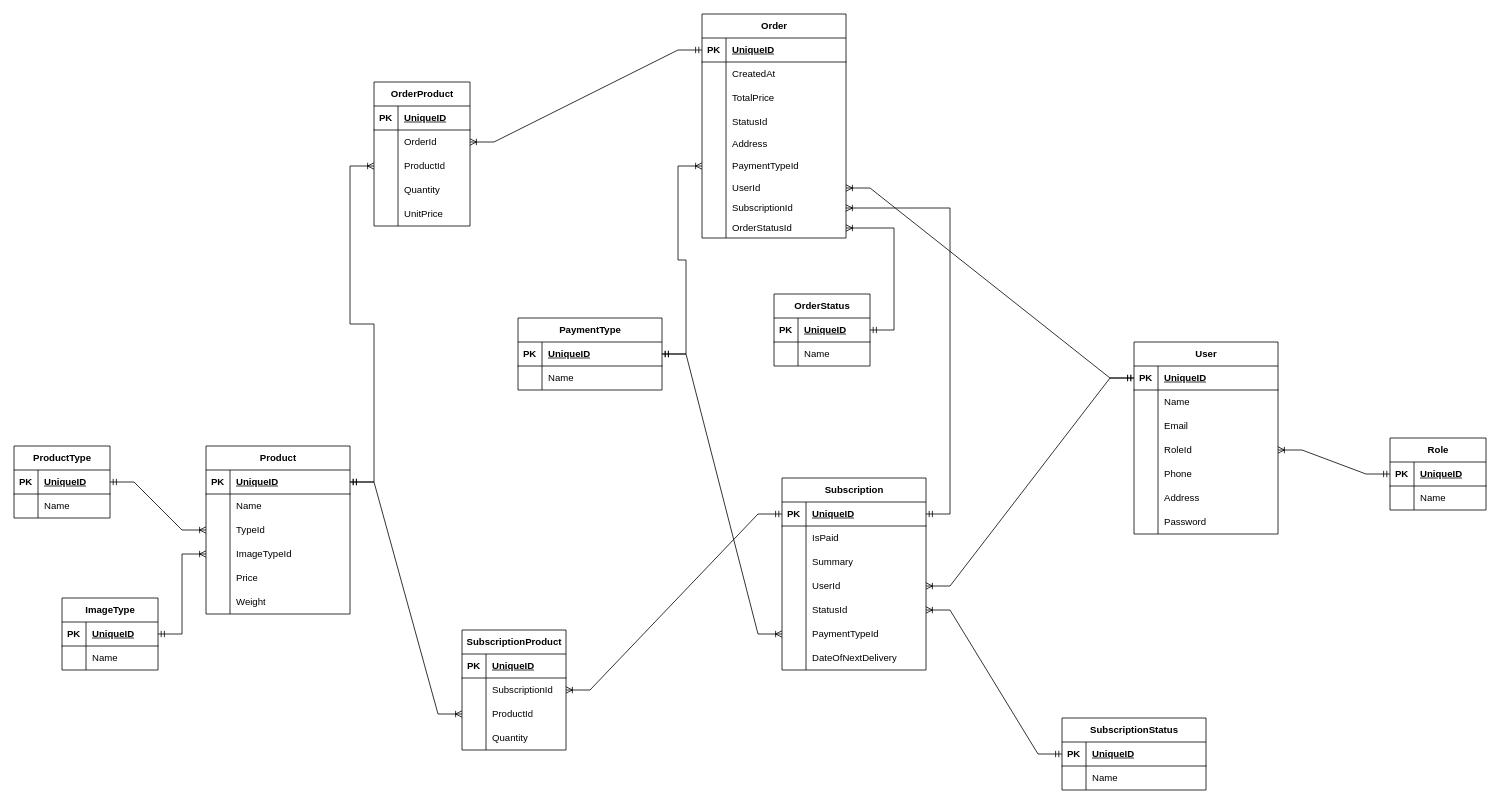
Earlier version of the draw.io diagram DatabaseDiagram.drawio (sosiskakiller2005/PotApp). Source tidied: cells renumbered, new cells numbered last; positions are measured from the earlier drawing's top-left corner, leaving out a move shared by most shapes. Both pictures are drawn from the tidied source at 80%, with x=0, y=0 at pixel (14, 14).
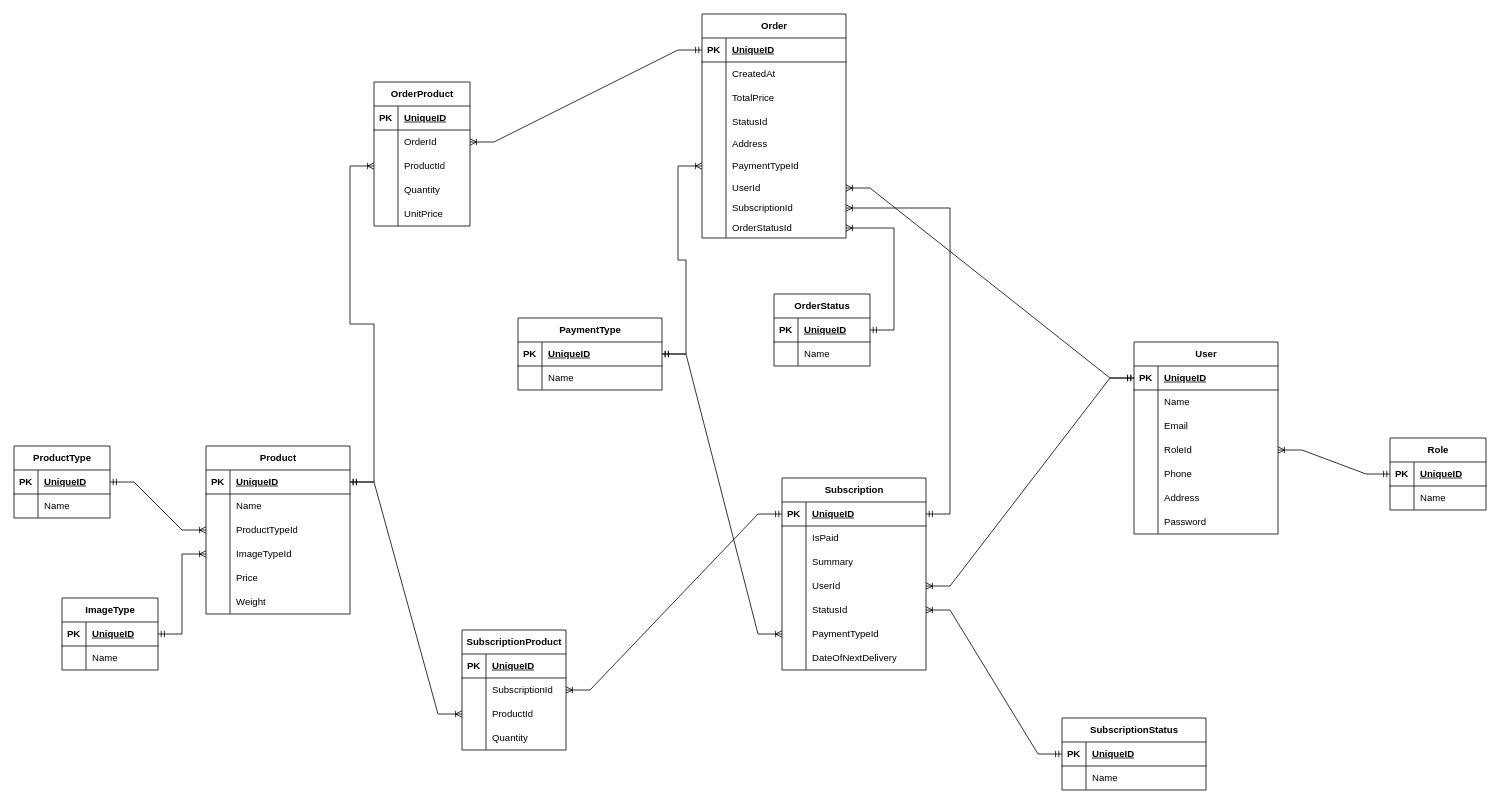
The same diagram, later.

Commit message (it also covers changes not shown here):
Добавлена диаграмма use case для понятной реализации серверного функционала

The change refers to these unchanged cells:
```xml
<mxCell id="40" style="shape=tableRow;horizontal=0;startSize=0;swimlaneHead=0;swimlaneBody=0;fillColor=none;points=[[0,0.5],[1,0.5]];portConstraint=eastwest;top=0;left=0;right=0;bottom=0;" parent="33" vertex="1">
  <mxGeometry y="90" width="180" height="30" as="geometry" />
</mxCell>
```

What changed in the source:
```diff
@@
-    <mxCell id="42" value="TypeId" style="shape=partialRectangle;fillColor=none;top=0;left=0;bottom=0;right=0;align=left;spacingLeft=6;overflow=hidden;whiteSpace=wrap;html=1;" parent="40" vertex="1">
+    <mxCell id="42" value="ProductTypeId" style="shape=partialRectangle;fillColor=none;top=0;left=0;bottom=0;right=0;align=left;spacingLeft=6;overflow=hidden;whiteSpace=wrap;html=1;" parent="40" vertex="1">
       <mxGeometry x="30" width="150" height="30" as="geometry" />
     </mxCell>
```
